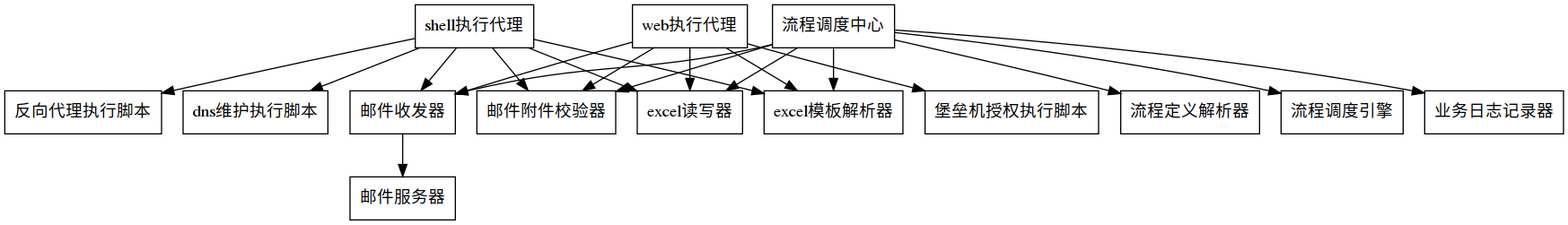
Before: module_login_struct.png, a diagram exported from Graphviz (songzongquan/email-bpm). Its source is kept beside it as module_login_struct.dot.
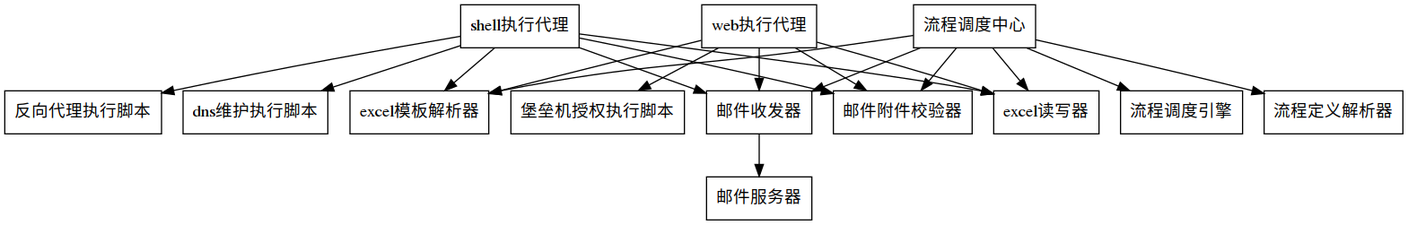
Later version of the same file.

Diff of the diagram source:
```diff
@@ -1,6 +1,6 @@
 digraph  modules_loginc_struct {
   node[shape=box];
-  流程调度中心 -> { 邮件收发器,邮件附件校验器,流程定义解析器,流程调度引擎,excel读写器,excel模板解析器,业务日志记录器 }
+  流程调度中心 -> { 邮件收发器,邮件附件校验器,流程定义解析器,流程调度引擎,excel读写器,excel模板解析器 }
 
   shell执行代理 -> { 邮件收发器,邮件附件校验器,excel读写器,excel模板解析器,反向代理执行脚本,dns维护执行脚本}
   web执行代理 ->  { 邮件收发器,邮件附件校验器,excel读写器,excel模板解析器,堡垒机授权执行脚本}
```
